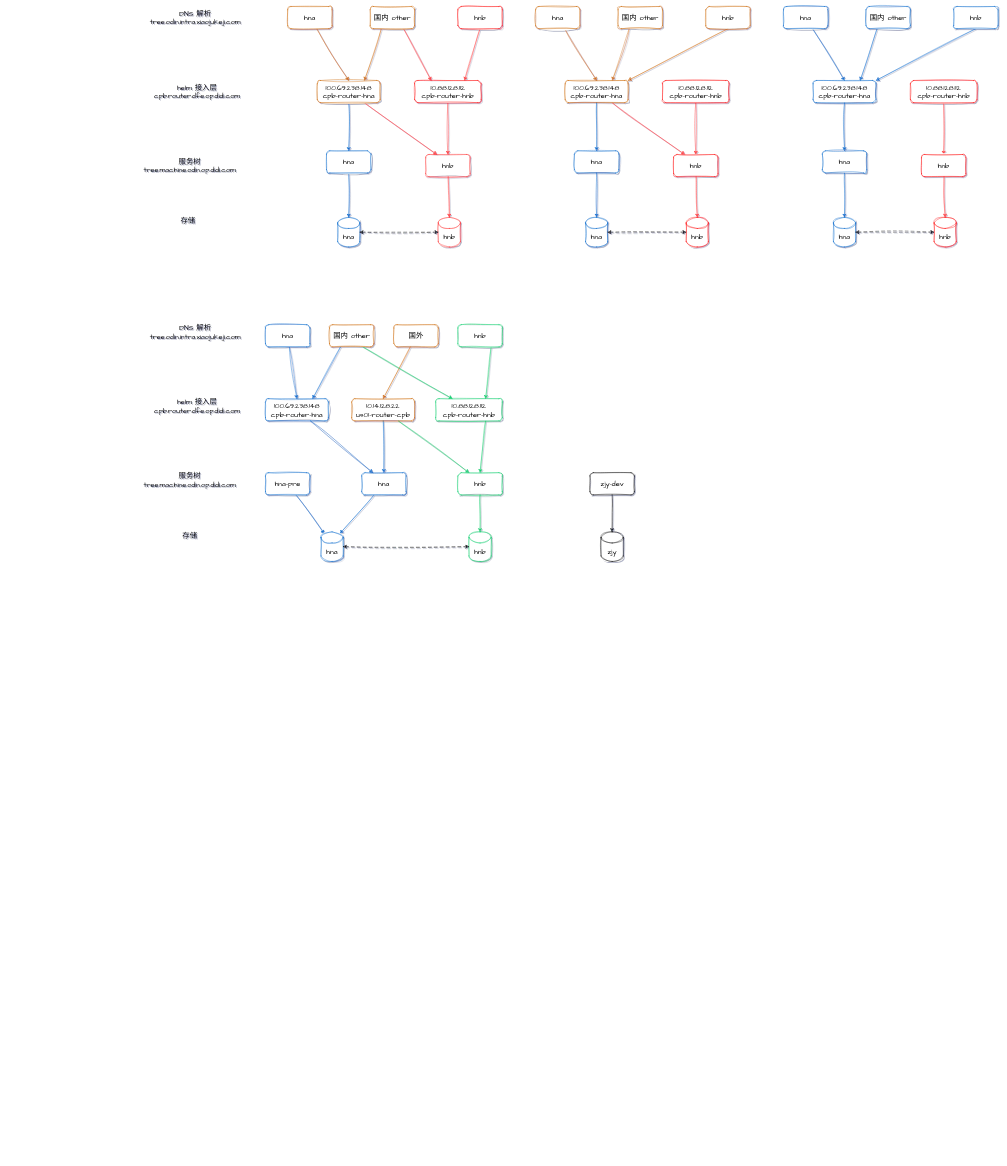
yubo/draw keeps this draw.io diagram as page "overview" (5 of 7) of wtree.drawio. Above is the earlier version. Source tidied: cells renumbered, new cells numbered last; positions are measured from the earlier drawing's top-left corner, leaving out a move shared by most shapes. Both pictures are drawn from the tidied source at 37%, with x=0, y=0 at pixel (139, 6).
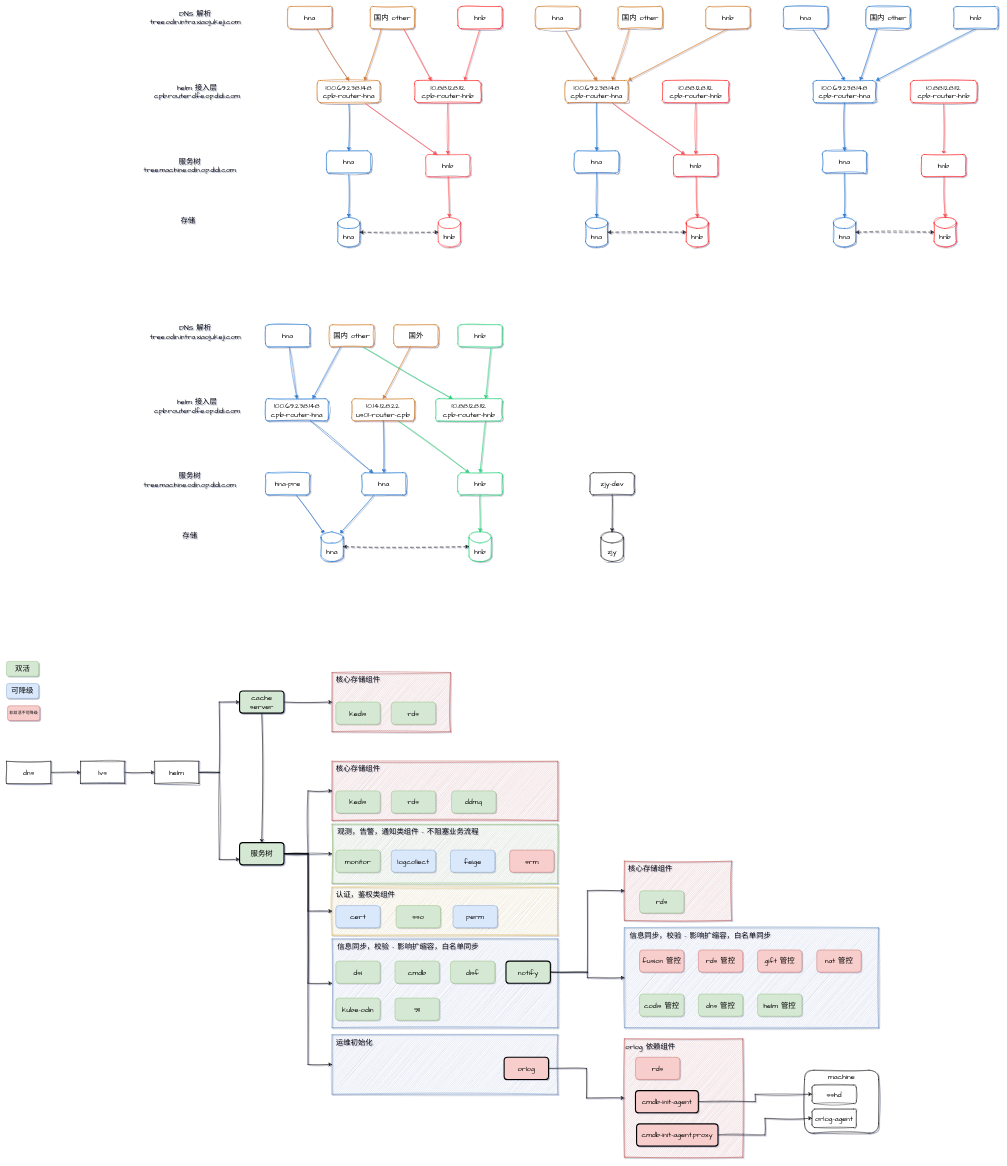
The same diagram, later.

The edit, as a diff of the source:
```diff
@@
+    <mxCell id="92" style="rounded=0;whiteSpace=wrap;html=1;sketch=1;hachureGap=4;jiggle=2;curveFitting=1;fontFamily=Architects Daughter;fontSize=20;fillColor=#dae8fc;strokeColor=#6c8ebf;" parent="1" vertex="1">
+      <mxGeometry x="1310" y="2490" width="687" height="270" as="geometry" />
+    </mxCell>
+    <mxCell id="93" style="rounded=0;whiteSpace=wrap;html=1;sketch=1;hachureGap=4;jiggle=2;curveFitting=1;fontFamily=Architects Daughter;fontSize=20;fillColor=#f8cecc;strokeColor=#b85450;" parent="1" vertex="1">
+      <mxGeometry x="1310" y="2310" width="290" height="160" as="geometry" />
+    </mxCell>
+    <mxCell id="94" style="rounded=0;whiteSpace=wrap;html=1;sketch=1;hachureGap=4;jiggle=2;curveFitting=1;fontFamily=Architects Daughter;fontSize=20;fillColor=#dae8fc;strokeColor=#6c8ebf;" parent="1" vertex="1">
+      <mxGeometry x="520" y="2779" width="610" height="161" as="geometry" />
+    </mxCell>
+    <mxCell id="95" style="rounded=0;whiteSpace=wrap;html=1;sketch=1;hachureGap=4;jiggle=2;curveFitting=1;fontFamily=Architects Daughter;fontSize=20;fillColor=#dae8fc;strokeColor=#6c8ebf;" parent="1" vertex="1">
+      <mxGeometry x="520" y="2520" width="610" height="240" as="geometry" />
+    </mxCell>
+    <mxCell id="96" style="rounded=0;whiteSpace=wrap;html=1;sketch=1;hachureGap=4;jiggle=2;curveFitting=1;fontFamily=Architects Daughter;fontSize=20;fillColor=#fff2cc;strokeColor=#d6b656;" parent="1" vertex="1">
+      <mxGeometry x="520" y="2380" width="610" height="130" as="geometry" />
+    </mxCell>
+    <mxCell id="97" style="rounded=0;whiteSpace=wrap;html=1;sketch=1;hachureGap=4;jiggle=2;curveFitting=1;fontFamily=Architects Daughter;fontSize=20;fillColor=#d5e8d4;strokeColor=#82b366;" parent="1" vertex="1">
+      <mxGeometry x="520" y="2210" width="610" height="160" as="geometry" />
+    </mxCell>
+    <mxCell id="98" style="rounded=0;whiteSpace=wrap;html=1;sketch=1;hachureGap=4;jiggle=2;curveFitting=1;fontFamily=Architects Daughter;fontSize=20;fillColor=#f8cecc;strokeColor=#b85450;" parent="1" vertex="1">
+      <mxGeometry x="520" y="2040" width="610" height="160" as="geometry" />
+    </mxCell>
@@
+    <mxCell id="99" style="edgeStyle=orthogonalEdgeStyle;rounded=0;sketch=1;hachureGap=4;jiggle=2;curveFitting=1;jettySize=auto;html=1;entryX=0.5;entryY=0;entryDx=0;entryDy=0;fontFamily=Architects Daughter;fontSize=16;" parent="1" edge="1" source="101" target="107">
+      <mxGeometry relative="1" as="geometry" />
+    </mxCell>
+    <mxCell id="100" style="edgeStyle=orthogonalEdgeStyle;rounded=0;sketch=1;hachureGap=4;jiggle=2;curveFitting=1;jettySize=auto;html=1;entryX=0;entryY=0.5;entryDx=0;entryDy=0;fontFamily=Architects Daughter;fontSize=16;" parent="1" edge="1" source="101" target="153">
+      <mxGeometry relative="1" as="geometry" />
+    </mxCell>
+    <mxCell id="101" value="cache server" style="rounded=1;whiteSpace=wrap;html=1;hachureGap=4;fontFamily=Architects Daughter;fontSize=20;fillColor=#d5e8d4;strokeColor=#000000;strokeWidth=3;perimeterSpacing=0;glass=0;shadow=0;" parent="1" vertex="1">
+      <mxGeometry x="270" y="1850" width="120" height="60" as="geometry" />
+    </mxCell>
+    <mxCell id="102" style="edgeStyle=orthogonalEdgeStyle;rounded=0;sketch=1;hachureGap=4;jiggle=2;curveFitting=1;jettySize=auto;html=1;entryX=0;entryY=0.5;entryDx=0;entryDy=0;fontFamily=Architects Daughter;fontSize=16;" parent="1" edge="1" source="107" target="98">
+      <mxGeometry relative="1" as="geometry" />
+    </mxCell>
+    <mxCell id="103" style="edgeStyle=orthogonalEdgeStyle;rounded=0;sketch=1;hachureGap=4;jiggle=2;curveFitting=1;jettySize=auto;html=1;entryX=0;entryY=0.5;entryDx=0;entryDy=0;fontFamily=Architects Daughter;fontSize=16;" parent="1" edge="1" source="107" target="97">
+      <mxGeometry relative="1" as="geometry" />
+    </mxCell>
+    <mxCell id="104" style="edgeStyle=orthogonalEdgeStyle;rounded=0;sketch=1;hachureGap=4;jiggle=2;curveFitting=1;jettySize=auto;html=1;entryX=0;entryY=0.5;entryDx=0;entryDy=0;fontFamily=Architects Daughter;fontSize=16;" parent="1" edge="1" source="107" target="96">
+      <mxGeometry relative="1" as="geometry" />
+    </mxCell>
+    <mxCell id="105" style="edgeStyle=orthogonalEdgeStyle;rounded=0;sketch=1;hachureGap=4;jiggle=2;curveFitting=1;jettySize=auto;html=1;entryX=0;entryY=0.5;entryDx=0;entryDy=0;fontFamily=Architects Daughter;fontSize=16;" parent="1" edge="1" source="107" target="95">
+      <mxGeometry relative="1" as="geometry" />
+    </mxCell>
+    <mxCell id="106" style="edgeStyle=orthogonalEdgeStyle;rounded=0;sketch=1;hachureGap=4;jiggle=2;curveFitting=1;jettySize=auto;html=1;entryX=0;entryY=0.5;entryDx=0;entryDy=0;fontFamily=Architects Daughter;fontSize=16;" parent="1" edge="1" source="107" target="94">
+      <mxGeometry relative="1" as="geometry" />
+    </mxCell>
+    <mxCell id="107" value="服务树" style="rounded=1;whiteSpace=wrap;html=1;hachureGap=4;fontFamily=Architects Daughter;fontSize=20;fillColor=#d5e8d4;strokeColor=#000000;strokeWidth=3;" parent="1" vertex="1">
+      <mxGeometry x="270" y="2260" width="120" height="60" as="geometry" />
+    </mxCell>
+    <mxCell id="108" style="edgeStyle=orthogonalEdgeStyle;rounded=0;sketch=1;hachureGap=4;jiggle=2;curveFitting=1;jettySize=auto;html=1;fontFamily=Architects Daughter;fontSize=16;" parent="1" edge="1" source="109" target="111">
+      <mxGeometry relative="1" as="geometry" />
+    </mxCell>
+    <mxCell id="109" value="dns" style="rounded=0;whiteSpace=wrap;html=1;sketch=1;hachureGap=4;jiggle=2;curveFitting=1;fontFamily=Architects Daughter;fontSize=20;" parent="1" vertex="1">
+      <mxGeometry x="-360" y="2040" width="120" height="60" as="geometry" />
+    </mxCell>
+    <mxCell id="110" style="edgeStyle=orthogonalEdgeStyle;rounded=0;sketch=1;hachureGap=4;jiggle=2;curveFitting=1;jettySize=auto;html=1;fontFamily=Architects Daughter;fontSize=16;" parent="1" edge="1" source="111" target="114">
+      <mxGeometry relative="1" as="geometry" />
+    </mxCell>
+    <mxCell id="111" value="lvs" style="whiteSpace=wrap;html=1;fontSize=20;fontFamily=Architects Daughter;rounded=0;sketch=1;hachureGap=4;jiggle=2;curveFitting=1;" parent="1" vertex="1">
+      <mxGeometry x="-160" y="2040" width="120" height="60" as="geometry" />
+    </mxCell>
+    <mxCell id="112" style="edgeStyle=orthogonalEdgeStyle;rounded=0;sketch=1;hachureGap=4;jiggle=2;curveFitting=1;jettySize=auto;html=1;entryX=0;entryY=0.5;entryDx=0;entryDy=0;fontFamily=Architects Daughter;fontSize=16;" parent="1" edge="1" source="114" target="101">
+      <mxGeometry relative="1" as="geometry" />
+    </mxCell>
+    <mxCell id="113" style="edgeStyle=orthogonalEdgeStyle;rounded=0;sketch=1;hachureGap=4;jiggle=2;curveFitting=1;jettySize=auto;html=1;entryX=0;entryY=0.75;entryDx=0;entryDy=0;fontFamily=Architects Daughter;fontSize=16;" parent="1" edge="1" source="114" target="107">
+      <mxGeometry relative="1" as="geometry" />
+    </mxCell>
+    <mxCell id="114" value="helm" style="whiteSpace=wrap;html=1;fontSize=20;fontFamily=Architects Daughter;rounded=0;sketch=1;hachureGap=4;jiggle=2;curveFitting=1;" parent="1" vertex="1">
+      <mxGeometry x="40" y="2040" width="120" height="60" as="geometry" />
+    </mxCell>
+    <mxCell id="115" style="edgeStyle=orthogonalEdgeStyle;rounded=0;sketch=1;hachureGap=4;jiggle=2;curveFitting=1;jettySize=auto;html=1;entryX=0;entryY=0.5;entryDx=0;entryDy=0;fontFamily=Architects Daughter;fontSize=16;" parent="1" edge="1" source="117" target="93">
+      <mxGeometry relative="1" as="geometry" />
+    </mxCell>
+    <mxCell id="116" style="edgeStyle=orthogonalEdgeStyle;rounded=0;sketch=1;hachureGap=4;jiggle=2;curveFitting=1;jettySize=auto;html=1;entryX=0;entryY=0.5;entryDx=0;entryDy=0;fontFamily=Architects Daughter;fontSize=16;" parent="1" edge="1" source="117" target="92">
+      <mxGeometry relative="1" as="geometry" />
+    </mxCell>
+    <mxCell id="117" value="notify" style="whiteSpace=wrap;html=1;fontSize=20;fontFamily=Architects Daughter;rounded=1;hachureGap=4;fillColor=#d5e8d4;strokeColor=#000000;strokeWidth=3;" parent="1" vertex="1">
+      <mxGeometry x="990" y="2580" width="120" height="60" as="geometry" />
+    </mxCell>
+    <mxCell id="118" value="fusion 管控" style="whiteSpace=wrap;html=1;fontSize=20;fontFamily=Architects Daughter;rounded=1;hachureGap=4;fillColor=#f8cecc;strokeColor=#b85450;" parent="1" vertex="1">
+      <mxGeometry x="1351" y="2550" width="120" height="60" as="geometry" />
+    </mxCell>
+    <mxCell id="119" value="codis 管控" style="whiteSpace=wrap;html=1;fontSize=20;fontFamily=Architects Daughter;rounded=1;hachureGap=4;fillColor=#d5e8d4;strokeColor=#82b366;" parent="1" vertex="1">
+      <mxGeometry x="1351" y="2669" width="120" height="60" as="geometry" />
+    </mxCell>
+    <mxCell id="120" value="rds 管控" style="whiteSpace=wrap;html=1;fontSize=20;fontFamily=Architects Daughter;rounded=1;hachureGap=4;fillColor=#f8cecc;strokeColor=#b85450;" parent="1" vertex="1">
+      <mxGeometry x="1510" y="2550" width="120" height="60" as="geometry" />
+    </mxCell>
+    <mxCell id="121" value="gift 管控" style="whiteSpace=wrap;html=1;fontSize=20;fontFamily=Architects Daughter;rounded=1;hachureGap=4;fillColor=#f8cecc;strokeColor=#b85450;" parent="1" vertex="1">
+      <mxGeometry x="1670" y="2550" width="120" height="60" as="geometry" />
+    </mxCell>
+    <mxCell id="122" value="rds" style="whiteSpace=wrap;html=1;fontSize=20;fontFamily=Architects Daughter;rounded=1;hachureGap=4;fillColor=#d5e8d4;strokeColor=#82b366;" parent="1" vertex="1">
+      <mxGeometry x="680" y="2120" width="120" height="60" as="geometry" />
+    </mxCell>
+    <mxCell id="123" value="rds" style="whiteSpace=wrap;html=1;fontSize=20;fontFamily=Architects Daughter;rounded=1;hachureGap=4;fillColor=#d5e8d4;strokeColor=#82b366;" parent="1" vertex="1">
+      <mxGeometry x="1351" y="2390" width="120" height="60" as="geometry" />
+    </mxCell>
+    <mxCell id="124" value="kedis" style="whiteSpace=wrap;html=1;fontSize=20;fontFamily=Architects Daughter;rounded=1;hachureGap=4;glass=0;shadow=0;fillStyle=auto;fillColor=#d5e8d4;strokeColor=#82b366;" parent="1" vertex="1">
+      <mxGeometry x="530" y="2120" width="120" height="60" as="geometry" />
+    </mxCell>
+    <mxCell id="125" value="ddmq" style="whiteSpace=wrap;html=1;fontSize=20;fontFamily=Architects Daughter;rounded=1;hachureGap=4;fillColor=#d5e8d4;strokeColor=#82b366;" parent="1" vertex="1">
+      <mxGeometry x="843" y="2120" width="120" height="60" as="geometry" />
+    </mxCell>
+    <mxCell id="126" value="monitor" style="whiteSpace=wrap;html=1;fontSize=20;fontFamily=Architects Daughter;rounded=1;hachureGap=4;fillColor=#d5e8d4;strokeColor=#82b366;" parent="1" vertex="1">
+      <mxGeometry x="530" y="2280" width="120" height="60" as="geometry" />
+    </mxCell>
+    <mxCell id="127" value="perm" style="whiteSpace=wrap;html=1;fontSize=20;fontFamily=Architects Daughter;rounded=1;hachureGap=4;fillColor=#dae8fc;strokeColor=#6c8ebf;" parent="1" vertex="1">
+      <mxGeometry x="847" y="2430" width="120" height="60" as="geometry" />
+    </mxCell>
+    <mxCell id="128" value="cmdb" style="whiteSpace=wrap;html=1;fontSize=20;fontFamily=Architects Daughter;rounded=1;hachureGap=4;fillColor=#d5e8d4;strokeColor=#82b366;" parent="1" vertex="1">
+      <mxGeometry x="690" y="2580" width="120" height="60" as="geometry" />
+    </mxCell>
+    <mxCell id="129" value="disf" style="whiteSpace=wrap;html=1;fontSize=20;fontFamily=Architects Daughter;rounded=1;hachureGap=4;fillColor=#d5e8d4;strokeColor=#82b366;" parent="1" vertex="1">
+      <mxGeometry x="840" y="2580" width="120" height="60" as="geometry" />
+    </mxCell>
+    <mxCell id="130" value="kube-odin" style="whiteSpace=wrap;html=1;fontSize=20;fontFamily=Architects Daughter;rounded=1;hachureGap=4;fillColor=#d5e8d4;strokeColor=#82b366;" parent="1" vertex="1">
+      <mxGeometry x="530" y="2680" width="120" height="60" as="geometry" />
+    </mxCell>
+    <mxCell id="131" style="edgeStyle=orthogonalEdgeStyle;rounded=0;sketch=1;hachureGap=4;jiggle=2;curveFitting=1;jettySize=auto;html=1;entryX=0;entryY=0.5;entryDx=0;entryDy=0;fontFamily=Architects Daughter;fontSize=16;" parent="1" edge="1" source="132" target="160">
+      <mxGeometry relative="1" as="geometry" />
+    </mxCell>
+    <mxCell id="132" value="orlog" style="whiteSpace=wrap;html=1;fontSize=20;fontFamily=Architects Daughter;rounded=1;hachureGap=4;fillColor=#f8cecc;strokeColor=#000000;strokeWidth=3;" parent="1" vertex="1">
+      <mxGeometry x="985" y="2840" width="120" height="60" as="geometry" />
+    </mxCell>
+    <mxCell id="133" value="sso" style="whiteSpace=wrap;html=1;fontSize=20;fontFamily=Architects Daughter;rounded=1;hachureGap=4;fillColor=#d5e8d4;strokeColor=#82b366;" parent="1" vertex="1">
+      <mxGeometry x="693" y="2430" width="120" height="60" as="geometry" />
+    </mxCell>
+    <mxCell id="134" value="cert" style="whiteSpace=wrap;html=1;fontSize=20;fontFamily=Architects Daughter;rounded=1;hachureGap=4;fillColor=#dae8fc;strokeColor=#6c8ebf;" parent="1" vertex="1">
+      <mxGeometry x="530" y="2430" width="120" height="60" as="geometry" />
+    </mxCell>
+    <mxCell id="135" value="logcollect" style="whiteSpace=wrap;html=1;fontSize=20;fontFamily=Architects Daughter;rounded=1;hachureGap=4;fillColor=#dae8fc;strokeColor=#6c8ebf;" parent="1" vertex="1">
+      <mxGeometry x="680" y="2280" width="120" height="60" as="geometry" />
+    </mxCell>
+    <mxCell id="136" value="feige" style="whiteSpace=wrap;html=1;fontSize=20;fontFamily=Architects Daughter;rounded=1;hachureGap=4;fillColor=#dae8fc;strokeColor=#6c8ebf;" parent="1" vertex="1">
+      <mxGeometry x="840" y="2280" width="120" height="60" as="geometry" />
+    </mxCell>
+    <mxCell id="137" value="srm" style="whiteSpace=wrap;html=1;fontSize=20;fontFamily=Architects Daughter;rounded=1;hachureGap=4;fillColor=#f8cecc;strokeColor=#b85450;" parent="1" vertex="1">
+      <mxGeometry x="1000" y="2280" width="120" height="60" as="geometry" />
+    </mxCell>
+    <mxCell id="138" value="911" style="whiteSpace=wrap;html=1;fontSize=20;fontFamily=Architects Daughter;rounded=1;hachureGap=4;fillColor=#d5e8d4;strokeColor=#82b366;" parent="1" vertex="1">
+      <mxGeometry x="690" y="2680" width="120" height="60" as="geometry" />
+    </mxCell>
+    <mxCell id="139" value="dsi" style="whiteSpace=wrap;html=1;fontSize=20;fontFamily=Architects Daughter;rounded=1;hachureGap=4;fillColor=#d5e8d4;strokeColor=#82b366;" parent="1" vertex="1">
+      <mxGeometry x="530" y="2580" width="120" height="60" as="geometry" />
+    </mxCell>
+    <mxCell id="140" value="核心存储组件" style="text;html=1;align=center;verticalAlign=middle;strokeColor=none;fillColor=none;fontSize=20;fontFamily=Architects Daughter;" parent="1" vertex="1">
+      <mxGeometry x="520" y="2040" width="140" height="40" as="geometry" />
+    </mxCell>
+    <mxCell id="141" value="观测，告警，通知类组件 - 不阻塞业务流程" style="text;html=1;align=center;verticalAlign=middle;strokeColor=none;fillColor=none;fontSize=20;fontFamily=Architects Daughter;" parent="1" vertex="1">
+      <mxGeometry x="520" y="2210" width="410" height="40" as="geometry" />
+    </mxCell>
+    <mxCell id="142" value="认证，鉴权类组件" style="text;html=1;align=center;verticalAlign=middle;strokeColor=none;fillColor=none;fontSize=20;fontFamily=Architects Daughter;" parent="1" vertex="1">
+      <mxGeometry x="520" y="2380" width="180" height="40" as="geometry" />
+    </mxCell>
+    <mxCell id="143" value="信息同步，校验 - 影响扩缩容，白名单同步" style="text;html=1;align=center;verticalAlign=middle;strokeColor=none;fillColor=none;fontSize=20;fontFamily=Architects Daughter;" parent="1" vertex="1">
+      <mxGeometry x="520" y="2520" width="410" height="40" as="geometry" />
+    </mxCell>
+    <mxCell id="144" value="运维初始化" style="text;html=1;align=center;verticalAlign=middle;strokeColor=none;fillColor=none;fontSize=20;fontFamily=Architects Daughter;" parent="1" vertex="1">
+      <mxGeometry x="520" y="2779" width="120" height="40" as="geometry" />
+    </mxCell>
+    <mxCell id="145" value="双活" style="whiteSpace=wrap;html=1;fontSize=20;fontFamily=Architects Daughter;rounded=1;hachureGap=4;glass=0;shadow=0;fillStyle=auto;fillColor=#d5e8d4;strokeColor=#82b366;" parent="1" vertex="1">
+      <mxGeometry x="-360" y="1770" width="87" height="40" as="geometry" />
+    </mxCell>
+    <mxCell id="146" value="可降级" style="whiteSpace=wrap;html=1;fontSize=20;fontFamily=Architects Daughter;rounded=1;hachureGap=4;glass=0;shadow=0;fillStyle=auto;fillColor=#dae8fc;strokeColor=#6c8ebf;" parent="1" vertex="1">
+      <mxGeometry x="-360" y="1830" width="87" height="40" as="geometry" />
+    </mxCell>
+    <mxCell id="147" value="非双活不可降级" style="whiteSpace=wrap;html=1;fontSize=11;fontFamily=Architects Daughter;rounded=1;hachureGap=4;glass=0;shadow=0;fillStyle=auto;fillColor=#f8cecc;strokeColor=#b85450;" parent="1" vertex="1">
+      <mxGeometry x="-357" y="1890" width="87" height="40" as="geometry" />
+    </mxCell>
+    <mxCell id="148" value="nat 管控" style="whiteSpace=wrap;html=1;fontSize=20;fontFamily=Architects Daughter;rounded=1;hachureGap=4;fillColor=#f8cecc;strokeColor=#b85450;" parent="1" vertex="1">
+      <mxGeometry x="1830" y="2550" width="120" height="60" as="geometry" />
+    </mxCell>
+    <mxCell id="149" value="dns 管控" style="whiteSpace=wrap;html=1;fontSize=20;fontFamily=Architects Daughter;rounded=1;hachureGap=4;fillColor=#d5e8d4;strokeColor=#82b366;" parent="1" vertex="1">
+      <mxGeometry x="1510" y="2669" width="120" height="60" as="geometry" />
+    </mxCell>
+    <mxCell id="150" value="helm 管控" style="whiteSpace=wrap;html=1;fontSize=20;fontFamily=Architects Daughter;rounded=1;hachureGap=4;fillColor=#d5e8d4;strokeColor=#82b366;" parent="1" vertex="1">
+      <mxGeometry x="1670" y="2669" width="120" height="60" as="geometry" />
+    </mxCell>
+    <mxCell id="151" value="核心存储组件" style="text;html=1;align=center;verticalAlign=middle;strokeColor=none;fillColor=none;fontSize=20;fontFamily=Architects Daughter;" parent="1" vertex="1">
+      <mxGeometry x="1310" y="2310" width="140" height="40" as="geometry" />
+    </mxCell>
+    <mxCell id="152" value="信息同步，校验 - 影响扩缩容，白名单同步" style="text;html=1;align=center;verticalAlign=middle;strokeColor=none;fillColor=none;fontSize=20;fontFamily=Architects Daughter;" parent="1" vertex="1">
+      <mxGeometry x="1310" y="2490" width="410" height="40" as="geometry" />
+    </mxCell>
+    <mxCell id="153" style="rounded=0;whiteSpace=wrap;html=1;sketch=1;hachureGap=4;jiggle=2;curveFitting=1;fontFamily=Architects Daughter;fontSize=20;fillColor=#f8cecc;strokeColor=#b85450;" parent="1" vertex="1">
+      <mxGeometry x="520" y="1800" width="320" height="160" as="geometry" />
+    </mxCell>
+    <mxCell id="154" value="rds" style="whiteSpace=wrap;html=1;fontSize=20;fontFamily=Architects Daughter;rounded=1;hachureGap=4;fillColor=#d5e8d4;strokeColor=#82b366;" parent="1" vertex="1">
+      <mxGeometry x="680" y="1880" width="120" height="60" as="geometry" />
+    </mxCell>
+    <mxCell id="155" value="kedis" style="whiteSpace=wrap;html=1;fontSize=20;fontFamily=Architects Daughter;rounded=1;hachureGap=4;glass=0;shadow=0;fillStyle=auto;fillColor=#d5e8d4;strokeColor=#82b366;" parent="1" vertex="1">
+      <mxGeometry x="530" y="1880" width="120" height="60" as="geometry" />
+    </mxCell>
+    <mxCell id="156" value="核心存储组件" style="text;html=1;align=center;verticalAlign=middle;strokeColor=none;fillColor=none;fontSize=20;fontFamily=Architects Daughter;" parent="1" vertex="1">
+      <mxGeometry x="520" y="1800" width="140" height="40" as="geometry" />
+    </mxCell>
+    <mxCell id="157" value="machine" style="rounded=1;whiteSpace=wrap;html=1;sketch=1;hachureGap=4;jiggle=2;curveFitting=1;fontFamily=Architects Daughter;fontSize=20;horizontal=1;verticalAlign=top;" parent="1" vertex="1">
+      <mxGeometry x="1797" y="2875" width="200" height="170" as="geometry" />
+    </mxCell>
+    <mxCell id="158" value="orlog-agent" style="rounded=1;whiteSpace=wrap;html=1;sketch=1;hachureGap=4;jiggle=2;curveFitting=1;fontFamily=Architects Daughter;fontSize=20;" parent="1" vertex="1">
+      <mxGeometry x="1817" y="2980" width="120" height="50" as="geometry" />
+    </mxCell>
+    <mxCell id="159" value="sshd" style="rounded=1;whiteSpace=wrap;html=1;sketch=1;hachureGap=4;jiggle=2;curveFitting=1;fontFamily=Architects Daughter;fontSize=20;" parent="1" vertex="1">
+      <mxGeometry x="1817" y="2915" width="120" height="50" as="geometry" />
+    </mxCell>
+    <mxCell id="160" style="rounded=0;whiteSpace=wrap;html=1;sketch=1;hachureGap=4;jiggle=2;curveFitting=1;fontFamily=Architects Daughter;fontSize=20;fillColor=#f8cecc;strokeColor=#b85450;" parent="1" vertex="1">
+      <mxGeometry x="1310" y="2790" width="320" height="320" as="geometry" />
+    </mxCell>
+    <mxCell id="161" value="rds" style="whiteSpace=wrap;html=1;fontSize=20;fontFamily=Architects Daughter;rounded=1;hachureGap=4;fillColor=#f8cecc;strokeColor=#b85450;" parent="1" vertex="1">
+      <mxGeometry x="1340" y="2840" width="120" height="60" as="geometry" />
+    </mxCell>
+    <mxCell id="162" value="orlog 依赖组件" style="text;html=1;align=center;verticalAlign=middle;strokeColor=none;fillColor=none;fontSize=20;fontFamily=Architects Daughter;" parent="1" vertex="1">
+      <mxGeometry x="1300" y="2790" width="160" height="40" as="geometry" />
+    </mxCell>
+    <mxCell id="163" style="edgeStyle=orthogonalEdgeStyle;rounded=0;sketch=1;hachureGap=4;jiggle=2;curveFitting=1;jettySize=auto;html=1;entryX=0;entryY=0.5;entryDx=0;entryDy=0;fontFamily=Architects Daughter;fontSize=16;" parent="1" edge="1" source="164" target="159">
+      <mxGeometry relative="1" as="geometry" />
+    </mxCell>
+    <mxCell id="164" value="cmdb-init-agent" style="rounded=1;whiteSpace=wrap;html=1;hachureGap=4;fontFamily=Architects Daughter;fontSize=20;fillColor=#f8cecc;strokeColor=#000000;strokeWidth=3;" parent="1" vertex="1">
+      <mxGeometry x="1340" y="2930" width="170" height="60" as="geometry" />
+    </mxCell>
+    <mxCell id="165" style="edgeStyle=orthogonalEdgeStyle;rounded=0;sketch=1;hachureGap=4;jiggle=2;curveFitting=1;jettySize=auto;html=1;entryX=0;entryY=0.5;entryDx=0;entryDy=0;fontFamily=Architects Daughter;fontSize=16;" parent="1" edge="1" source="166" target="158">
+      <mxGeometry relative="1" as="geometry" />
+    </mxCell>
+    <mxCell id="166" value="cmdb-init-agent.proxy" style="rounded=1;whiteSpace=wrap;html=1;hachureGap=4;fontFamily=Architects Daughter;fontSize=20;fillColor=#f8cecc;strokeColor=#000000;strokeWidth=3;" parent="1" vertex="1">
+      <mxGeometry x="1343" y="3020" width="220" height="60" as="geometry" />
+    </mxCell>
```
